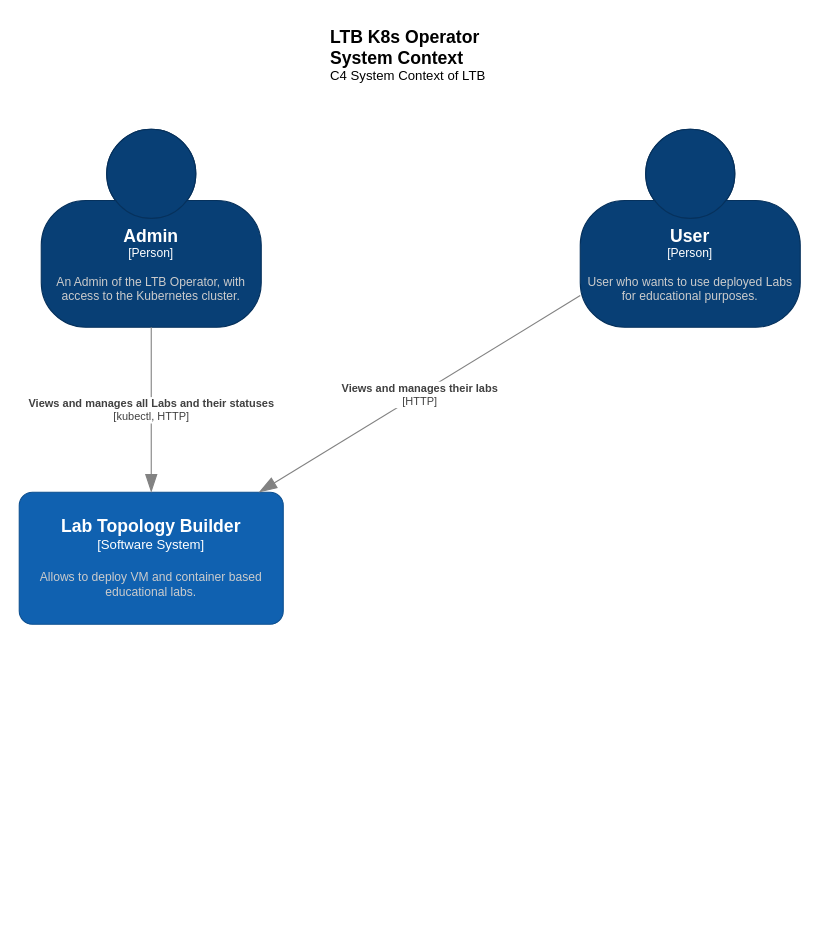
Earlier version of the draw.io diagram page "Context" (1 of 3) of docs/assets/drawings/C4-Model.drawio (Lab-Topology-Builder/LTB-K8s-Backend). Source tidied: cells renumbered, new cells numbered last; positions are measured from the earlier drawing's top-left corner, leaving out a move shared by most shapes. Both pictures are drawn from the tidied source at 110%, with x=0, y=0 at pixel (19, 19).
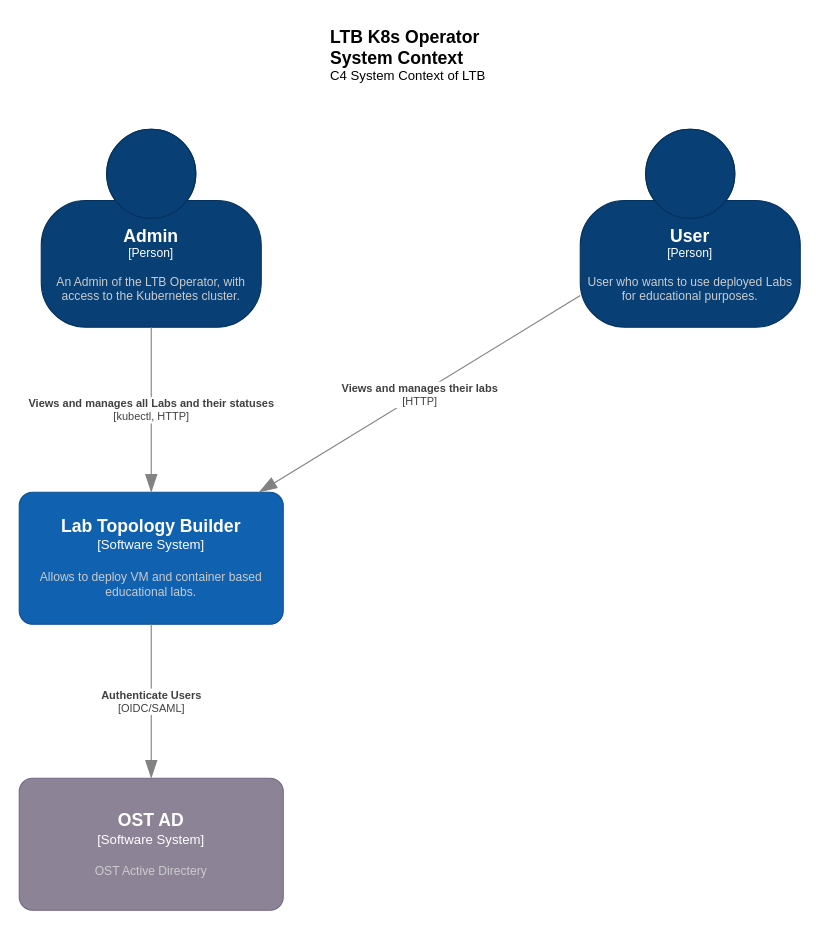
The same page after the edit.

What changed in the source:
```diff
@@
 <mxGraphModel>
   <root>
     <mxCell id="0" />
     <mxCell id="1" parent="0" />
     <object id="2" label="&lt;font style=&quot;font-size: 16px&quot;&gt;&lt;b&gt;%c4Name%&lt;/b&gt;&lt;/font&gt;&lt;div&gt;[%c4Type%]&lt;/div&gt;&lt;br&gt;&lt;div&gt;&lt;font style=&quot;font-size: 11px&quot;&gt;&lt;font color=&quot;#cccccc&quot;&gt;%c4Description%&lt;/font&gt;&lt;/div&gt;" c4Description="An Admin of the LTB Operator, with access to the Kubernetes cluster." c4Name="Admin" c4Type="Person" placeholders="1">
       <mxCell style="html=1;fontSize=11;dashed=0;whiteSpace=wrap;fillColor=#083F75;strokeColor=#06315C;fontColor=#ffffff;shape=mxgraph.c4.person2;align=center;points=[[0.5,0,0],[1,0.5,0],[1,0.75,0],[0.75,1,0],[0.5,1,0],[0.25,1,0],[0,0.75,0],[0,0.5,0]];" parent="1" vertex="1">
         <mxGeometry x="20" y="100" width="200" height="180" as="geometry" />
       </mxCell>
     </object>
     <object id="3" label="&lt;font style=&quot;font-size: 16px&quot;&gt;&lt;b&gt;%c4Name%&lt;/b&gt;&lt;/font&gt;&lt;div&gt;[%c4Type%]&lt;/div&gt;&lt;br&gt;&lt;div&gt;&lt;font style=&quot;font-size: 11px&quot;&gt;&lt;font color=&quot;#cccccc&quot;&gt;%c4Description%&lt;/font&gt;&lt;/div&gt;" c4Description="Allows to deploy VM and container based educational labs." c4Name="Lab Topology Builder" c4Type="Software System" placeholders="1">
       <mxCell style="rounded=1;whiteSpace=wrap;html=1;labelBackgroundColor=none;fillColor=#1061B0;fontColor=#ffffff;align=center;arcSize=10;strokeColor=#0D5091;points=[[0.25,0,0],[0.5,0,0],[0.75,0,0],[1,0.25,0],[1,0.5,0],[1,0.75,0],[0.75,1,0],[0.5,1,0],[0.25,1,0],[0,0.75,0],[0,0.5,0],[0,0.25,0]];" parent="1" vertex="1">
         <mxGeometry y="430" width="240" height="120" as="geometry" />
       </mxCell>
     </object>
     <object id="4" label="&lt;font style=&quot;font-size: 16px&quot;&gt;&lt;b&gt;&lt;div style=&quot;text-align: left&quot;&gt;%c4Name%&lt;/div&gt;&lt;/b&gt;&lt;/font&gt;&lt;div style=&quot;text-align: left&quot;&gt;%c4Description%&lt;/div&gt;" c4Description="C4 System Context of LTB" c4Name="LTB K8s Operator System Context" placeholders="1">
       <mxCell style="text;html=1;strokeColor=none;fillColor=none;align=left;verticalAlign=top;whiteSpace=wrap;rounded=0;" parent="1" vertex="1">
         <mxGeometry x="281" width="166" height="40" as="geometry" />
       </mxCell>
     </object>
     <object id="5" label="&lt;font style=&quot;font-size: 16px&quot;&gt;&lt;b&gt;%c4Name%&lt;/b&gt;&lt;/font&gt;&lt;div&gt;[%c4Type%]&lt;/div&gt;&lt;br&gt;&lt;div&gt;&lt;font style=&quot;font-size: 11px&quot;&gt;&lt;font color=&quot;#cccccc&quot;&gt;%c4Description%&lt;/font&gt;&lt;/div&gt;" c4Description="User who wants to use deployed Labs for educational purposes." c4Name="User" c4Type="Person" placeholders="1">
       <mxCell style="html=1;fontSize=11;dashed=0;whiteSpace=wrap;fillColor=#083f75;strokeColor=#06315c;fontColor=#ffffff;shape=mxgraph.c4.person2;align=center;points=[[0.5,0,0],[1,0.5,0],[1,0.75,0],[0.75,1,0],[0.5,1,0],[0.25,1,0],[0,0.75,0],[0,0.5,0]];" parent="1" vertex="1">
         <mxGeometry x="510" y="100" width="200" height="180" as="geometry" />
       </mxCell>
     </object>
     <object id="6" label="&lt;div style=&quot;text-align: left&quot;&gt;&lt;div style=&quot;text-align: center&quot;&gt;&lt;b&gt;%c4Description%&lt;/b&gt;&lt;/div&gt;&lt;div style=&quot;text-align: center&quot;&gt;[%c4Technology%]&lt;/div&gt;&lt;/div&gt;" c4Description="Views and manages all Labs and their statuses" c4Technology="kubectl, HTTP" placeholders="1">
       <mxCell style="endArrow=blockThin;html=1;fontSize=10;fontColor=#404040;strokeWidth=1;endFill=1;strokeColor=#828282;elbow=vertical;endSize=14;startSize=14;jumpStyle=arc;jumpSize=16;rounded=0;edgeStyle=orthogonalEdgeStyle;" parent="1" edge="1" source="2" target="3">
         <mxGeometry relative="1" as="geometry" />
       </mxCell>
     </object>
     <object id="7" label="&lt;div style=&quot;text-align: left&quot;&gt;&lt;div style=&quot;text-align: center&quot;&gt;&lt;b&gt;%c4Description%&lt;/b&gt;&lt;/div&gt;&lt;div style=&quot;text-align: center&quot;&gt;[%c4Technology%]&lt;/div&gt;&lt;/div&gt;" c4Description="Views and manages their labs" c4Technology="HTTP" placeholders="1">
       <mxCell style="endArrow=blockThin;html=1;fontSize=10;fontColor=#404040;strokeWidth=1;endFill=1;strokeColor=#828282;elbow=vertical;endSize=14;startSize=14;jumpStyle=arc;jumpSize=16;rounded=0;" parent="1" edge="1" source="5" target="3">
         <mxGeometry relative="1" as="geometry" />
       </mxCell>
     </object>
+    <object id="8" label="&lt;font style=&quot;font-size: 16px&quot;&gt;&lt;b&gt;%c4Name%&lt;/b&gt;&lt;/font&gt;&lt;div&gt;[%c4Type%]&lt;/div&gt;&lt;br&gt;&lt;div&gt;&lt;font style=&quot;font-size: 11px&quot;&gt;&lt;font color=&quot;#cccccc&quot;&gt;%c4Description%&lt;/font&gt;&lt;/div&gt;" c4Description="OST Active Directery" c4Name="OST AD" c4Type="Software System" placeholders="1">
+      <mxCell style="rounded=1;whiteSpace=wrap;html=1;labelBackgroundColor=none;fillColor=#8C8496;fontColor=#ffffff;align=center;arcSize=10;strokeColor=#736782;points=[[0.25,0,0],[0.5,0,0],[0.75,0,0],[1,0.25,0],[1,0.5,0],[1,0.75,0],[0.75,1,0],[0.5,1,0],[0.25,1,0],[0,0.75,0],[0,0.5,0],[0,0.25,0]];" parent="1" vertex="1">
+        <mxGeometry y="690" width="240" height="120" as="geometry" />
+      </mxCell>
+    </object>
+    <object id="9" label="&lt;div style=&quot;text-align: left&quot;&gt;&lt;div style=&quot;text-align: center&quot;&gt;&lt;b&gt;%c4Description%&lt;/b&gt;&lt;/div&gt;&lt;div style=&quot;text-align: center&quot;&gt;[%c4Technology%]&lt;/div&gt;&lt;/div&gt;" c4Description="Authenticate Users" c4Technology="OIDC/SAML" placeholders="1">
+      <mxCell style="endArrow=blockThin;html=1;fontSize=10;fontColor=#404040;strokeWidth=1;endFill=1;strokeColor=#828282;elbow=vertical;endSize=14;startSize=14;jumpStyle=arc;jumpSize=16;rounded=0;edgeStyle=orthogonalEdgeStyle;" parent="1" edge="1" source="3" target="8">
+        <mxGeometry relative="1" as="geometry" />
+      </mxCell>
+    </object>
   </root>
 </mxGraphModel>
```
